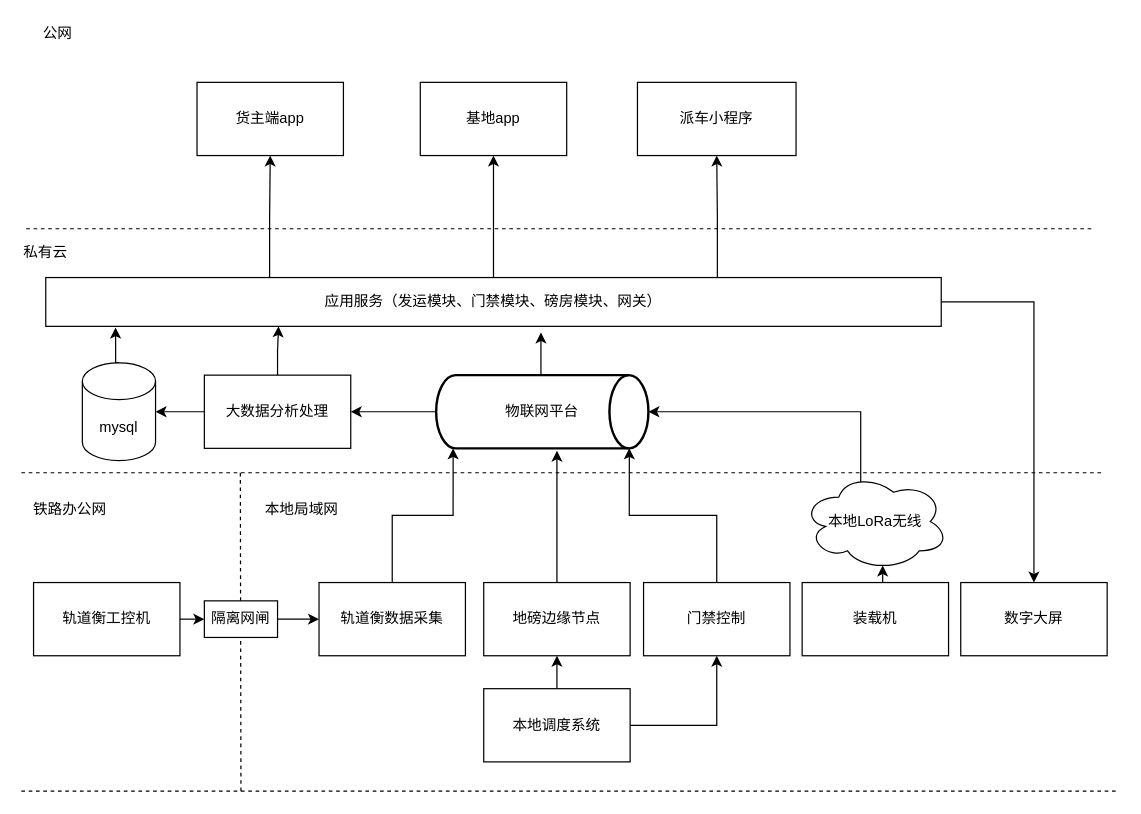
Earlier version of the draw.io diagram 平原物流网路拓扑.drawio (lipeng260/drawio). Source tidied: cells renumbered, new cells numbered last; positions are measured from the earlier drawing's top-left corner, leaving out a move shared by most shapes. Both pictures are drawn from the tidied source at 122%, with x=0, y=0 at pixel (21, 21).
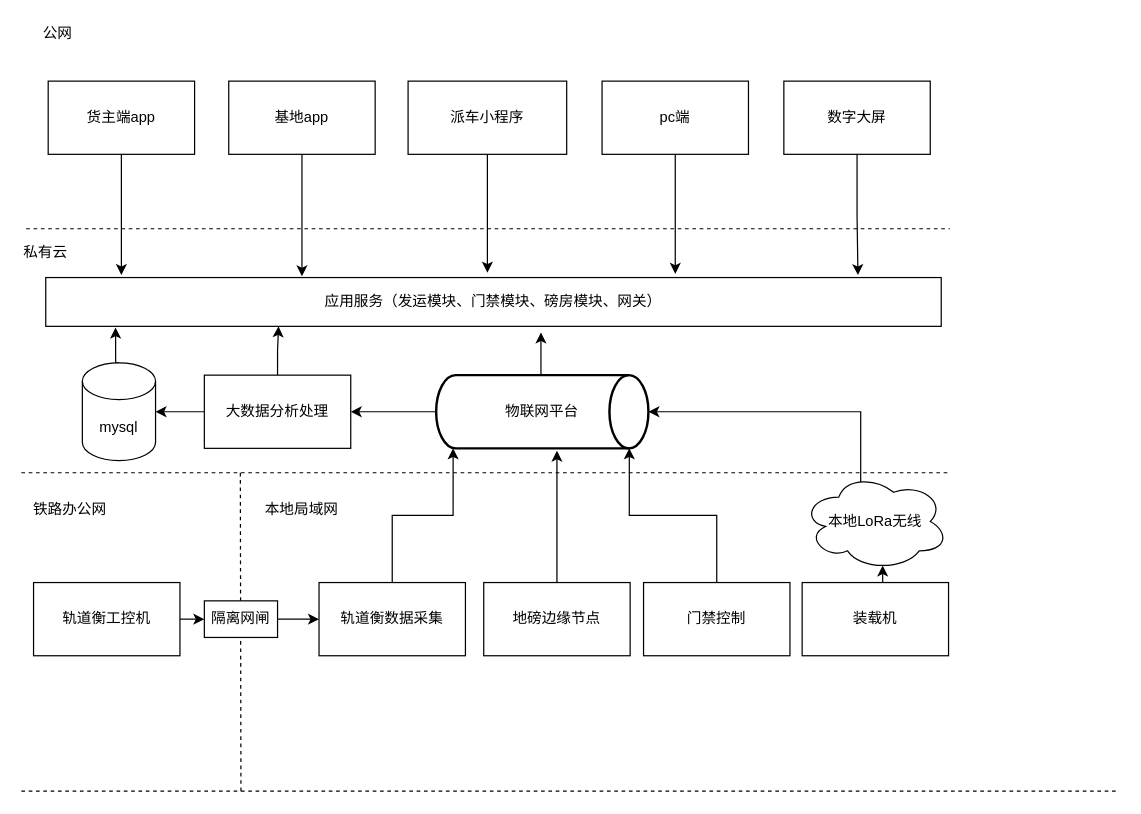
The same page after the edit.

Commit message:
Update 平原物流网路拓扑.drawio

The change refers to these unchanged cells:
```xml
<mxCell id="9" value="地磅边缘节点" style="rounded=0;whiteSpace=wrap;html=1;" parent="1" vertex="1">
  <mxGeometry x="379" y="460" width="120" height="60" as="geometry" />
</mxCell>
<mxCell id="20" value="门禁控制" style="rounded=0;whiteSpace=wrap;html=1;" parent="1" vertex="1">
  <mxGeometry x="510" y="460" width="120" height="60" as="geometry" />
</mxCell>
<mxCell id="30" value="应用服务（发运模块、门禁模块、磅房模块、网关）" style="rounded=0;whiteSpace=wrap;html=1;" parent="1" vertex="1">
  <mxGeometry x="20" y="210" width="734" height="40" as="geometry" />
</mxCell>
```

What changed in the source:
```diff
@@
     <mxCell id="2" style="endArrow=none;dashed=1;html=1;" parent="1" edge="1">
       <mxGeometry relative="1" as="geometry">
         <mxPoint y="370" as="sourcePoint" />
-        <mxPoint x="885" y="370" as="targetPoint" />
+        <mxPoint x="761" y="370" as="targetPoint" />
       </mxGeometry>
     </mxCell>
@@
+    <mxCell id="44" style="edgeStyle=orthogonalEdgeStyle;rounded=0;jettySize=auto;html=1;exitX=0.5;exitY=1;exitDx=0;exitDy=0;" parent="1" edge="1" source="16">
+      <mxGeometry relative="1" as="geometry">
+        <mxPoint x="82" y="208" as="targetPoint" />
+      </mxGeometry>
+    </mxCell>
     <mxCell id="16" value="货主端app" style="rounded=0;whiteSpace=wrap;html=1;" parent="1" vertex="1">
-      <mxGeometry x="144" y="50" width="120" height="60" as="geometry" />
+      <mxGeometry x="22" y="49" width="120" height="60" as="geometry" />
     </mxCell>
+    <mxCell id="45" style="edgeStyle=orthogonalEdgeStyle;rounded=0;jettySize=auto;html=1;exitX=0.5;exitY=1;exitDx=0;exitDy=0;" parent="1" edge="1" source="17">
+      <mxGeometry relative="1" as="geometry">
+        <mxPoint x="230" y="209" as="targetPoint" />
+      </mxGeometry>
+    </mxCell>
     <mxCell id="17" value="基地app" style="rounded=0;whiteSpace=wrap;html=1;" parent="1" vertex="1">
-      <mxGeometry x="327" y="50" width="120" height="60" as="geometry" />
+      <mxGeometry x="170" y="49" width="120" height="60" as="geometry" />
     </mxCell>
+    <mxCell id="46" style="edgeStyle=orthogonalEdgeStyle;rounded=0;jettySize=auto;html=1;exitX=0.5;exitY=1;exitDx=0;exitDy=0;" parent="1" edge="1" source="18">
+      <mxGeometry relative="1" as="geometry">
+        <mxPoint x="382" y="206" as="targetPoint" />
+      </mxGeometry>
+    </mxCell>
     <mxCell id="18" value="派车小程序" style="rounded=0;whiteSpace=wrap;html=1;" parent="1" vertex="1">
-      <mxGeometry x="505" y="50" width="130" height="60" as="geometry" />
+      <mxGeometry x="317" y="49" width="130" height="60" as="geometry" />
     </mxCell>
@@
+    <mxCell id="47" style="edgeStyle=orthogonalEdgeStyle;rounded=0;jettySize=auto;html=1;exitX=0.5;exitY=1;exitDx=0;exitDy=0;entryX=0.907;entryY=-0.05;entryDx=0;entryDy=0;entryPerimeter=0;" parent="1" edge="1" source="21" target="30">
+      <mxGeometry relative="1" as="geometry" />
+    </mxCell>
     <mxCell id="21" value="数字大屏" style="rounded=0;whiteSpace=wrap;html=1;" parent="1" vertex="1">
-      <mxGeometry x="770" y="460" width="120" height="60" as="geometry" />
+      <mxGeometry x="625" y="49" width="120" height="60" as="geometry" />
     </mxCell>
     <mxCell id="22" style="endArrow=none;dashed=1;html=1;" parent="1" edge="1">
       <mxGeometry relative="1" as="geometry">
         <mxPoint x="4" y="170" as="sourcePoint" />
-        <mxPoint x="880" y="170" as="targetPoint" />
+        <mxPoint x="761" y="170" as="targetPoint" />
       </mxGeometry>
     </mxCell>
@@
-    <mxCell id="26" style="edgeStyle=orthogonalEdgeStyle;rounded=0;jettySize=auto;html=1;exitX=1;exitY=0.5;exitDx=0;exitDy=0;" parent="1" edge="1" source="30" target="21">
-      <mxGeometry relative="1" as="geometry" />
-    </mxCell>
-    <mxCell id="27" style="edgeStyle=orthogonalEdgeStyle;rounded=0;jettySize=auto;html=1;exitX=0.25;exitY=0;exitDx=0;exitDy=0;entryX=0.5;entryY=1;entryDx=0;entryDy=0;" parent="1" edge="1" source="30" target="16">
-      <mxGeometry relative="1" as="geometry" />
-    </mxCell>
-    <mxCell id="28" style="edgeStyle=orthogonalEdgeStyle;rounded=0;jettySize=auto;html=1;exitX=0.5;exitY=0;exitDx=0;exitDy=0;entryX=0.5;entryY=1;entryDx=0;entryDy=0;" parent="1" edge="1" source="30" target="17">
-      <mxGeometry relative="1" as="geometry" />
-    </mxCell>
-    <mxCell id="29" style="edgeStyle=orthogonalEdgeStyle;rounded=0;jettySize=auto;html=1;exitX=0.75;exitY=0;exitDx=0;exitDy=0;entryX=0.5;entryY=1;entryDx=0;entryDy=0;" parent="1" edge="1" source="30" target="18">
-      <mxGeometry relative="1" as="geometry" />
-    </mxCell>
@@
-    <mxCell id="41" style="edgeStyle=orthogonalEdgeStyle;rounded=0;jettySize=auto;html=1;exitX=1;exitY=0.5;exitDx=0;exitDy=0;entryX=0.5;entryY=1;entryDx=0;entryDy=0;" parent="1" edge="1" source="43" target="20">
-      <mxGeometry relative="1" as="geometry" />
-    </mxCell>
-    <mxCell id="42" style="edgeStyle=orthogonalEdgeStyle;rounded=0;jettySize=auto;html=1;exitX=0.5;exitY=0;exitDx=0;exitDy=0;entryX=0.5;entryY=1;entryDx=0;entryDy=0;" parent="1" edge="1" source="43" target="9">
-      <mxGeometry relative="1" as="geometry" />
-    </mxCell>
+    <mxCell id="48" style="edgeStyle=orthogonalEdgeStyle;rounded=0;jettySize=auto;html=1;exitX=0.5;exitY=1;exitDx=0;exitDy=0;" parent="1" edge="1" source="43">
+      <mxGeometry relative="1" as="geometry">
+        <mxPoint x="536" y="207" as="targetPoint" />
+      </mxGeometry>
+    </mxCell>
-    <mxCell id="43" value="本地调度系统" style="rounded=0;whiteSpace=wrap;html=1;" parent="1" vertex="1">
-      <mxGeometry x="379" y="547" width="120" height="60" as="geometry" />
+    <mxCell id="43" value="pc端" style="rounded=0;whiteSpace=wrap;html=1;" parent="1" vertex="1">
+      <mxGeometry x="476" y="49" width="120" height="60" as="geometry" />
     </mxCell>
```
